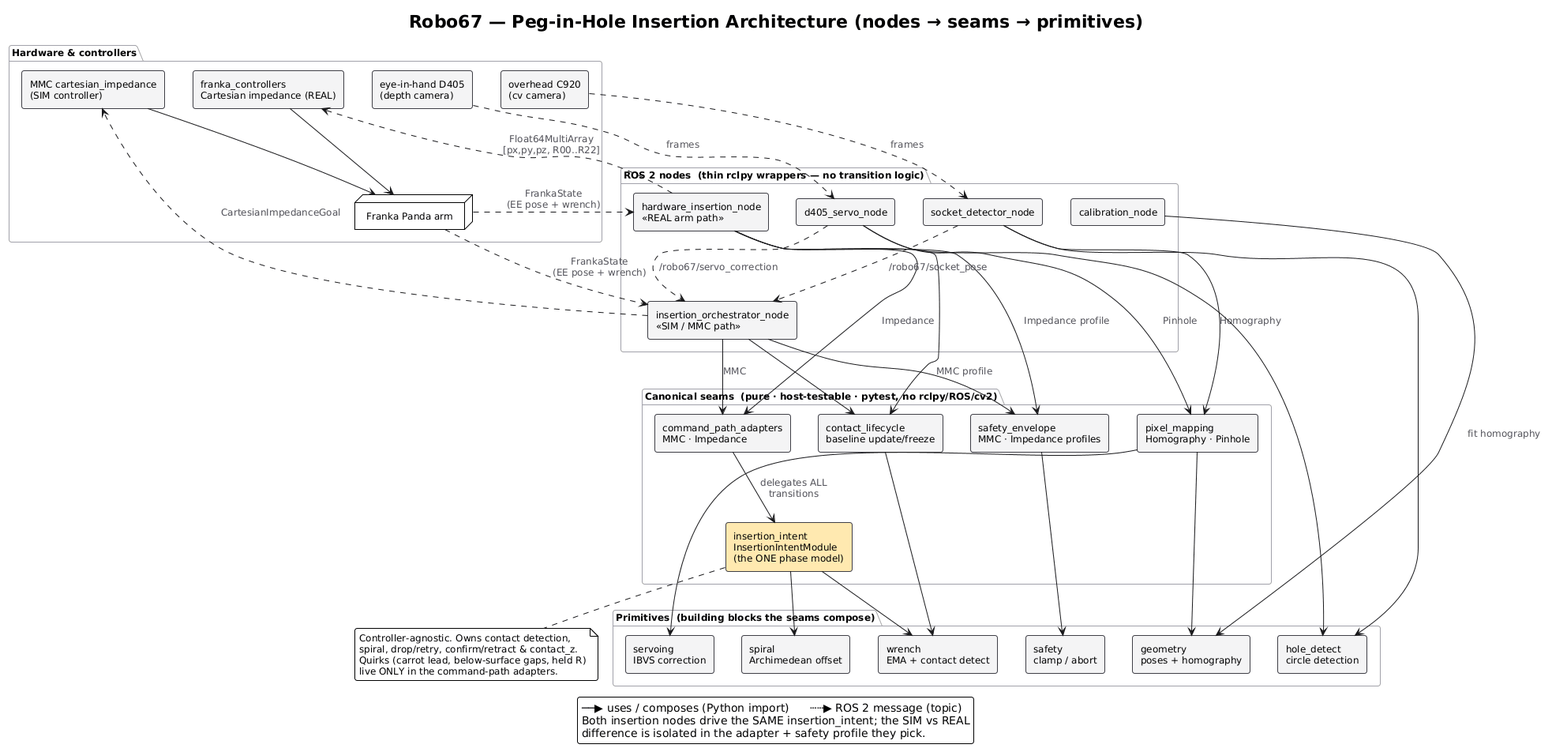
M4RKUS28/Robo67 keeps this PlantUML diagram as docs/architecture/diagrams/peg_in_hole_architecture.png. Above is the earlier version.
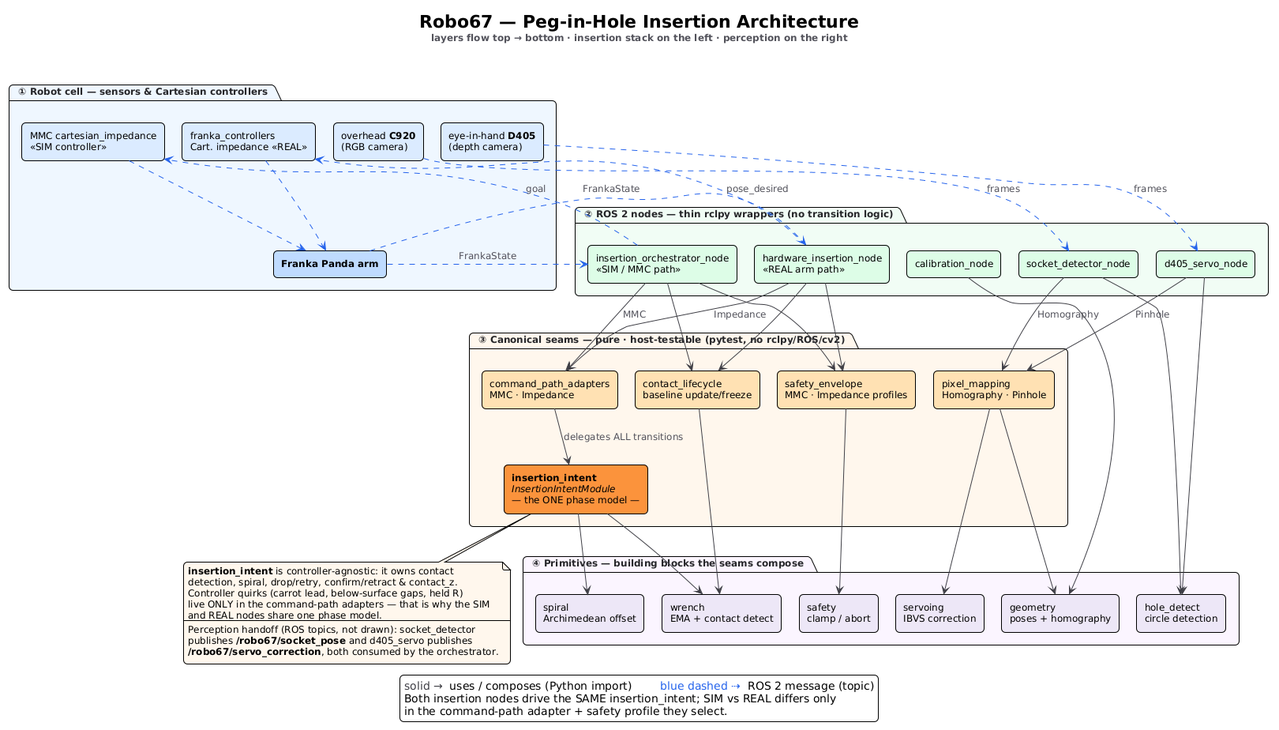
The same file after the commit.

Commit message:
docs(robo67): redesign architecture diagram — layered + colour-coded

Four numbered colour bands (robot cell / ROS nodes / canonical seams /
primitives), insertion_intent highlighted as the core phase model, single-row
node layer, downward-flowing composition arrows vs blue dashed ROS topics.

Generated with [Devin](https://devin.ai)

The edit, as a diff of the source:
```diff
@@ -1,95 +1,119 @@
 @startuml peg_in_hole_architecture
+skinparamlocked dpiScale 2
 !theme plain
 skinparam backgroundColor #FFFFFF
 skinparam shadowing false
-skinparam roundCorner 6
+skinparam roundCorner 10
 skinparam defaultFontName "Inter, Helvetica, Arial, sans-serif"
 skinparam defaultFontSize 12
-skinparam ArrowColor #18181B
+skinparam componentStyle rectangle
+skinparam nodesep 22
+skinparam ranksep 55
+skinparam ArrowColor #3F3F46
+skinparam ArrowThickness 1
 skinparam ArrowFontColor #52525B
-skinparam componentStyle rectangle
-skinparam ComponentBorderColor #3F3F46
-skinparam ComponentBackgroundColor #F4F4F5
-skinparam PackageBorderColor #A1A1AA
-skinparam PackageBackgroundColor #FAFAFA
+skinparam PackageFontStyle bold
+skinparam PackageFontColor #27272A
+skinparam PackageTitleAlignment left
 
-title Robo67 — Peg-in-Hole Insertion Architecture (nodes → seams → primitives)
+title Robo67 — Peg-in-Hole Insertion Architecture\n<size:12><color:#52525B>layers flow top → bottom · insertion stack on the left · perception on the right</color></size>
 
-package "Hardware & controllers" {
-  node "Franka Panda arm" as ARM
-  component "overhead C920\n(cv camera)" as C920
-  component "eye-in-hand D405\n(depth camera)" as D405
-  component "MMC cartesian_impedance\n(SIM controller)" as MMC
-  component "franka_controllers\nCartesian impedance (REAL)" as FCTRL
+package "  ① Robot cell — sensors & Cartesian controllers  " as L0 #EFF6FF {
+  component "overhead **C920**\n(RGB camera)"            as C920  #DBEAFE
+  component "eye-in-hand **D405**\n(depth camera)"        as D405  #DBEAFE
+  component "MMC cartesian_impedance\n«SIM controller»"   as MMC   #DBEAFE
+  component "franka_controllers\nCart. impedance «REAL»"  as FCTRL #DBEAFE
+  component "**Franka Panda arm**"                        as ARM   #BFDBFE
 }
 
-package "ROS 2 nodes  (thin rclpy wrappers — no transition logic)" {
-  component "socket_detector_node" as NDET
-  component "d405_servo_node" as NSERVO
-  component "insertion_orchestrator_node\n«SIM / MMC path»" as NORCH
-  component "hardware_insertion_node\n«REAL arm path»" as NHW
-  component "calibration_node" as NCAL
+package "  ② ROS 2 nodes — thin rclpy wrappers (no transition logic)  " as L1 #F0FDF4 {
+  component "socket_detector_node"                        as NDET   #DCFCE7
+  component "d405_servo_node"                             as NSERVO #DCFCE7
+  component "insertion_orchestrator_node\n«SIM / MMC path»"   as NORCH #DCFCE7
+  component "hardware_insertion_node\n«REAL arm path»"        as NHW   #DCFCE7
+  component "calibration_node"                            as NCAL   #DCFCE7
 }
 
-package "Canonical seams  (pure · host-testable · pytest, no rclpy/ROS/cv2)" {
-  component "insertion_intent\nInsertionIntentModule\n(the ONE phase model)" as INTENT #FFE9B0
-  component "command_path_adapters\nMMC · Impedance" as ADAPT
-  component "contact_lifecycle\nbaseline update/freeze" as CLIFE
-  component "safety_envelope\nMMC · Impedance profiles" as SENV
-  component "pixel_mapping\nHomography · Pinhole" as PMAP
+package "  ③ Canonical seams — pure · host-testable (pytest, no rclpy/ROS/cv2)  " as L2 #FFF7ED {
+  component "pixel_mapping\nHomography · Pinhole"         as PMAP  #FFE0B2
+  component "command_path_adapters\nMMC · Impedance"      as ADAPT #FFE0B2
+  component "contact_lifecycle\nbaseline update/freeze"   as CLIFE #FFE0B2
+  component "safety_envelope\nMMC · Impedance profiles"   as SENV  #FFE0B2
+  component "**insertion_intent**\n//InsertionIntentModule//\n— the ONE phase model —" as INTENT #FB923C
 }
 
-package "Primitives  (building blocks the seams compose)" {
-  component "wrench\nEMA + contact detect" as WRENCH
-  component "spiral\nArchimedean offset" as SPIRAL
-  component "safety\nclamp / abort" as SAFE
-  component "geometry\nposes + homography" as GEOM
-  component "servoing\nIBVS correction" as SERVO
-  component "hole_detect\ncircle detection" as HOLE
+package "  ④ Primitives — building blocks the seams compose  " as L3 #FAF5FF {
+  component "hole_detect\ncircle detection"   as HOLE   #EDE7F6
+  component "servoing\nIBVS correction"       as SERVO  #EDE7F6
+  component "geometry\nposes + homography"    as GEOM   #EDE7F6
+  component "spiral\nArchimedean offset"      as SPIRAL #EDE7F6
+  component "wrench\nEMA + contact detect"    as WRENCH #EDE7F6
+  component "safety\nclamp / abort"           as SAFE   #EDE7F6
 }
 
-NDET    --> HOLE
-NDET    --> PMAP   : Homography
-NSERVO  --> HOLE
-NSERVO  --> PMAP   : Pinhole
-NORCH   --> ADAPT  : MMC
-NORCH   --> CLIFE
-NORCH   --> SENV   : MMC profile
-NHW     --> ADAPT  : Impedance
-NHW     --> CLIFE
-NHW     --> SENV   : Impedance profile
-NCAL    --> GEOM   : fit homography
+C920 -[hidden]right- D405
+D405 -[hidden]right- MMC
+MMC -[hidden]right- FCTRL
+FCTRL -[hidden]right- ARM
+NDET -[hidden]right- NSERVO
+NSERVO -[hidden]right- NORCH
+NORCH -[hidden]right- NHW
+NHW -[hidden]right- NCAL
+PMAP -[hidden]right- ADAPT
+ADAPT -[hidden]right- CLIFE
+CLIFE -[hidden]right- SENV
+HOLE -[hidden]right- SERVO
+SERVO -[hidden]right- GEOM
+GEOM -[hidden]right- SPIRAL
+SPIRAL -[hidden]right- WRENCH
+WRENCH -[hidden]right- SAFE
 
-ADAPT   --> INTENT : delegates ALL\ntransitions
-INTENT  --> SPIRAL
-INTENT  --> WRENCH
-CLIFE   --> WRENCH
-SENV    --> SAFE
-PMAP    --> GEOM
-PMAP    --> SERVO
+NDET   --> PMAP   : Homography
+NDET   --> HOLE
+NSERVO --> PMAP   : Pinhole
+NSERVO --> HOLE
+NORCH  --> ADAPT  : MMC
+NHW    --> ADAPT  : Impedance
+NORCH  --> CLIFE
+NHW    --> CLIFE
+NORCH  --> SENV
+NHW    --> SENV
+NCAL   --> GEOM
 
-C920   ..>  NDET   : frames
-D405   ..>  NSERVO : frames
-NDET   ..>  NORCH  : /robo67/socket_pose
-NSERVO ..>  NORCH  : /robo67/servo_correction
-NORCH  ..>  MMC    : CartesianImpedanceGoal
-NHW    ..>  FCTRL  : Float64MultiArray\n[px,py,pz, R00..R22]
-MMC    -->  ARM
-FCTRL  -->  ARM
-ARM    ..>  NORCH  : FrankaState\n(EE pose + wrench)
-ARM    ..>  NHW    : FrankaState\n(EE pose + wrench)
+ADAPT  --> INTENT : delegates ALL transitions
+INTENT --> SPIRAL
+INTENT --> WRENCH
+CLIFE  --> WRENCH
+SENV   --> SAFE
+PMAP   --> GEOM
+PMAP   --> SERVO
 
-note bottom of INTENT
-  Controller-agnostic. Owns contact detection,
-  spiral, drop/retry, confirm/retract & contact_z.
-  Quirks (carrot lead, below-surface gaps, held R)
-  live ONLY in the command-path adapters.
+C920  .[#2563EB].>  NDET   : frames
+D405  .[#2563EB].>  NSERVO : frames
+NORCH .[#2563EB].>  MMC    : goal
+NHW   .[#2563EB].>  FCTRL  : pose_desired
+MMC   .[#2563EB].>  ARM
+FCTRL .[#2563EB].>  ARM
+ARM   .[#2563EB].>  NORCH  : FrankaState
+ARM   .[#2563EB].>  NHW    : FrankaState
+
+note as N1 #FFF7ED
+  **insertion_intent** is controller-agnostic: it owns contact
+  detection, spiral, drop/retry, confirm/retract & contact_z.
+  Controller quirks (carrot lead, below-surface gaps, held R)
+  live ONLY in the command-path adapters — that is why the SIM
+  and REAL nodes share one phase model.
+  ----
+  Perception handoff (ROS topics, not drawn): socket_detector
+  publishes **/robo67/socket_pose** and d405_servo publishes
+  **/robo67/servo_correction**, both consumed by the orchestrator.
 end note
+INTENT .. N1
 
 legend bottom
-  ──▶ uses / composes (Python import)      ┄┄▶ ROS 2 message (topic)
-  Both insertion nodes drive the SAME insertion_intent; the SIM vs REAL
-  difference is isolated in the adapter + safety profile they pick.
+  <color:#3F3F46>solid →</color>  uses / composes (Python import)        <color:#2563EB>blue dashed ⇢</color>  ROS 2 message (topic)
+  Both insertion nodes drive the SAME insertion_intent; SIM vs REAL differs only
+  in the command-path adapter + safety profile they select.
 endlegend
 
 @enduml
```
